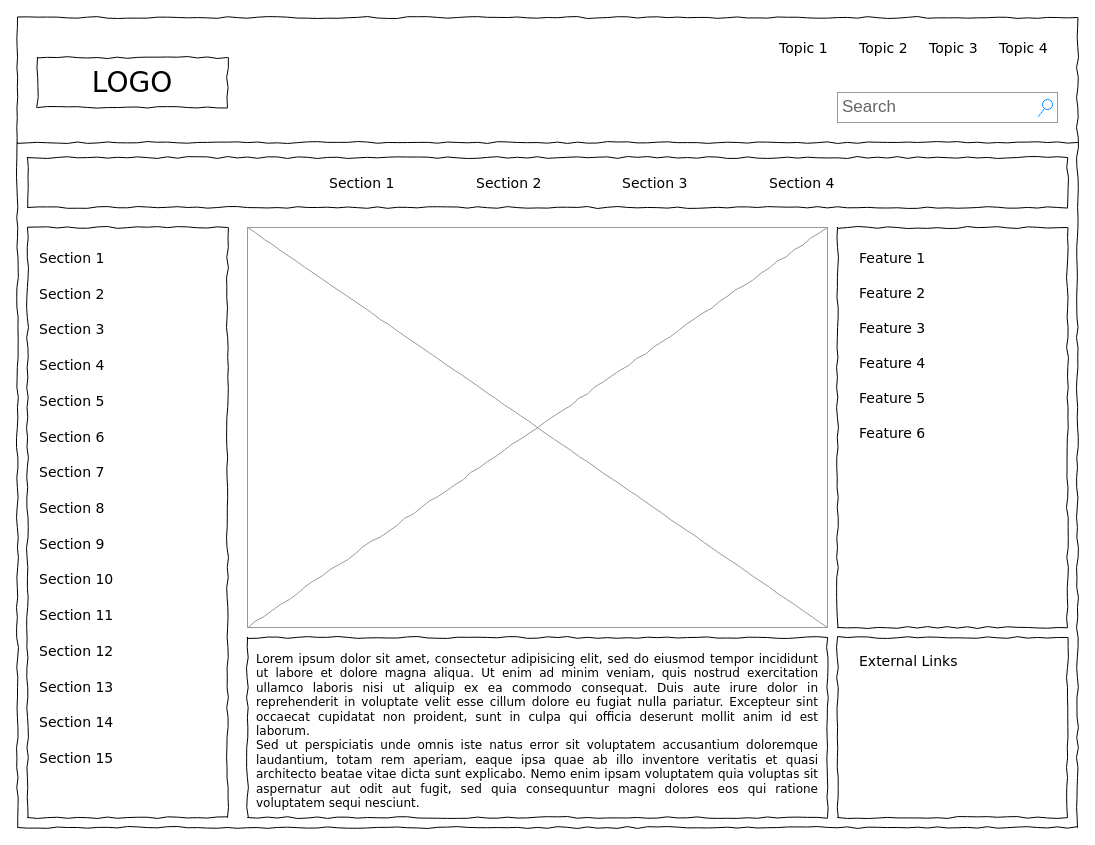
Earlier version of the draw.io diagram page "Page-1" (1 of 3) of wireframes/Untitled Diagram.drawio (SolarianVulpine/FinalProject). Source tidied: cells renumbered, new cells numbered last; positions are measured from the earlier drawing's top-left corner, leaving out a move shared by most shapes. Both pictures are drawn from the tidied source at 100%, with x=0, y=0 at pixel (17, 17).
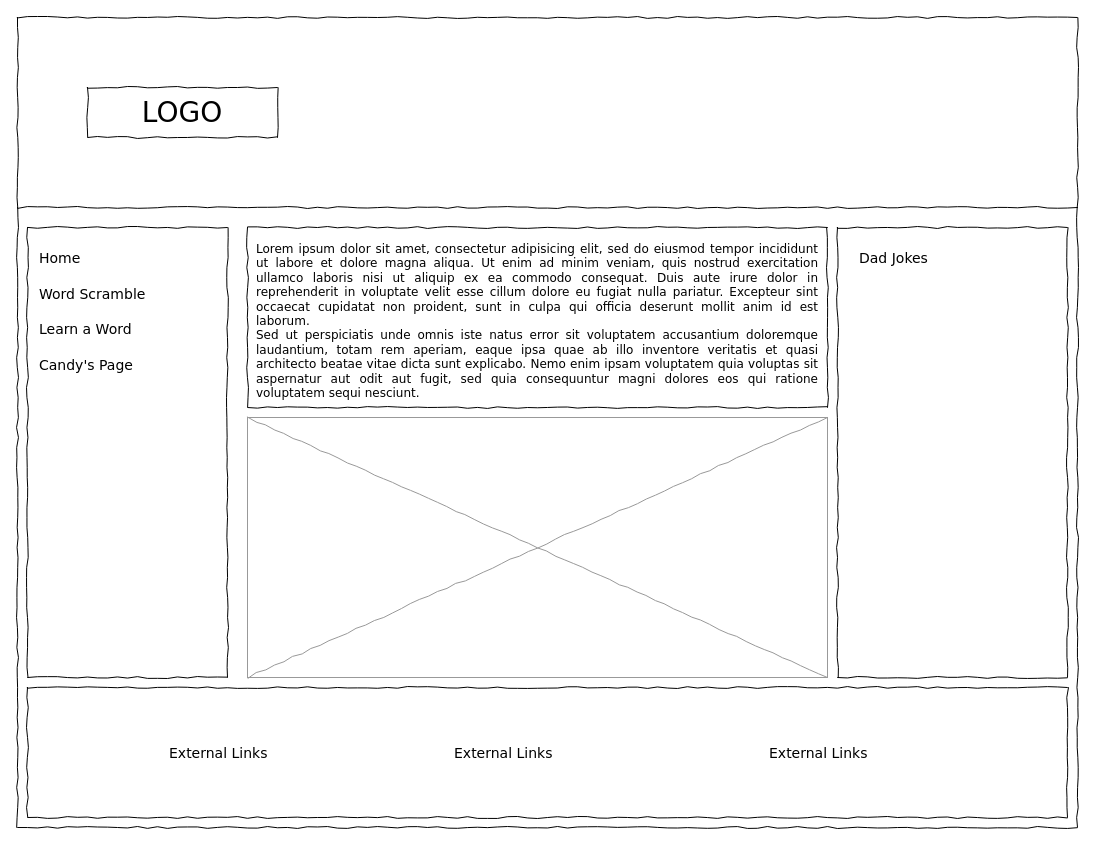
The same page after the edit.

Diff of the diagram source:
```diff
@@
     <mxCell id="3" value="LOGO" style="whiteSpace=wrap;html=1;rounded=0;shadow=0;labelBackgroundColor=none;strokeWidth=1;fontFamily=Verdana;fontSize=28;align=center;comic=1;" parent="1" vertex="1">
-      <mxGeometry x="20" y="40" width="190" height="50" as="geometry" />
+      <mxGeometry x="70" y="70" width="190" height="50" as="geometry" />
     </mxCell>
-    <mxCell id="4" value="Search" style="strokeWidth=1;shadow=0;dashed=0;align=center;html=1;shape=mxgraph.mockup.forms.searchBox;strokeColor=#999999;mainText=;strokeColor2=#008cff;fontColor=#666666;fontSize=17;align=left;spacingLeft=3;rounded=0;labelBackgroundColor=none;comic=1;" parent="1" vertex="1">
-      <mxGeometry x="820" y="75" width="220" height="30" as="geometry" />
-    </mxCell>
-    <mxCell id="5" value="Topic 1" style="text;html=1;align=left;verticalAlign=top;spacingTop=-4;fontSize=14;fontFamily=Verdana;" parent="1" vertex="1">
-      <mxGeometry x="760" y="20" width="60" height="20" as="geometry" />
-    </mxCell>
-    <mxCell id="6" value="Topic 2" style="text;html=1;align=left;verticalAlign=top;spacingTop=-4;fontSize=14;fontFamily=Verdana;" parent="1" vertex="1">
-      <mxGeometry x="840" y="20" width="60" height="20" as="geometry" />
-    </mxCell>
-    <mxCell id="7" value="Topic 3" style="text;html=1;align=left;verticalAlign=top;spacingTop=-4;fontSize=14;fontFamily=Verdana;" parent="1" vertex="1">
-      <mxGeometry x="910" y="20" width="60" height="20" as="geometry" />
-    </mxCell>
-    <mxCell id="8" value="Topic 4" style="text;html=1;align=left;verticalAlign=top;spacingTop=-4;fontSize=14;fontFamily=Verdana;" parent="1" vertex="1">
-      <mxGeometry x="980" y="20" width="60" height="20" as="geometry" />
-    </mxCell>
     <mxCell id="9" style="whiteSpace=wrap;html=1;rounded=0;shadow=0;labelBackgroundColor=none;strokeWidth=1;fillColor=none;fontFamily=Verdana;fontSize=12;align=center;comic=1;" parent="1" vertex="1">
-      <mxGeometry x="10" y="210" width="200" height="590" as="geometry" />
+      <mxGeometry x="10" y="210" width="200" height="450" as="geometry" />
     </mxCell>
     <mxCell id="10" style="line;strokeWidth=1;html=1;rounded=0;shadow=0;labelBackgroundColor=none;fillColor=none;fontFamily=Verdana;fontSize=14;fontColor=#000000;align=center;comic=1;" parent="1" vertex="1">
-      <mxGeometry y="120" width="1060" height="10" as="geometry" />
+      <mxGeometry y="120" width="1060" height="140" as="geometry" />
     </mxCell>
-    <mxCell id="11" style="whiteSpace=wrap;html=1;rounded=0;shadow=0;labelBackgroundColor=none;strokeWidth=1;fillColor=none;fontFamily=Verdana;fontSize=12;align=center;comic=1;" parent="1" vertex="1">
-      <mxGeometry x="10" y="140" width="1040" height="50" as="geometry" />
-    </mxCell>
-    <mxCell id="12" value="Section 1" style="text;html=1;align=left;verticalAlign=top;spacingTop=-4;fontSize=14;fontFamily=Verdana;" parent="1" vertex="1">
-      <mxGeometry x="310" y="155" width="60" height="20" as="geometry" />
-    </mxCell>
-    <mxCell id="13" value="Section 2" style="text;html=1;align=left;verticalAlign=top;spacingTop=-4;fontSize=14;fontFamily=Verdana;" parent="1" vertex="1">
-      <mxGeometry x="457" y="155" width="60" height="20" as="geometry" />
-    </mxCell>
-    <mxCell id="14" value="Section 3" style="text;html=1;align=left;verticalAlign=top;spacingTop=-4;fontSize=14;fontFamily=Verdana;" parent="1" vertex="1">
-      <mxGeometry x="603" y="155" width="60" height="20" as="geometry" />
-    </mxCell>
-    <mxCell id="15" value="Section 4" style="text;html=1;align=left;verticalAlign=top;spacingTop=-4;fontSize=14;fontFamily=Verdana;" parent="1" vertex="1">
-      <mxGeometry x="750" y="155" width="60" height="20" as="geometry" />
-    </mxCell>
     <mxCell id="16" value="&lt;div style=&quot;text-align: justify&quot;&gt;&lt;span&gt;Lorem ipsum dolor sit amet, consectetur adipisicing elit, sed do eiusmod tempor incididunt ut labore et dolore magna aliqua. Ut enim ad minim veniam, quis nostrud exercitation ullamco laboris nisi ut aliquip ex ea commodo consequat. Duis aute irure dolor in reprehenderit in voluptate velit esse cillum dolore eu fugiat nulla pariatur. Excepteur sint occaecat cupidatat non proident, sunt in culpa qui officia deserunt mollit anim id est laborum.&lt;/span&gt;&lt;/div&gt;&lt;div style=&quot;text-align: justify&quot;&gt;&lt;span&gt;Sed ut perspiciatis unde omnis iste natus error sit voluptatem accusantium doloremque laudantium, totam rem aperiam, eaque ipsa quae ab illo inventore veritatis et quasi architecto beatae vitae dicta sunt explicabo. Nemo enim ipsam voluptatem quia voluptas sit aspernatur aut odit aut fugit, sed quia consequuntur magni dolores eos qui ratione voluptatem sequi nesciunt.&amp;nbsp;&lt;/span&gt;&lt;/div&gt;" style="whiteSpace=wrap;html=1;rounded=0;shadow=0;labelBackgroundColor=none;strokeWidth=1;fillColor=none;fontFamily=Verdana;fontSize=12;align=center;verticalAlign=top;spacing=10;comic=1;" parent="1" vertex="1">
-      <mxGeometry x="230" y="620" width="580" height="180" as="geometry" />
+      <mxGeometry x="230" y="210" width="580" height="180" as="geometry" />
     </mxCell>
     <mxCell id="17" style="verticalLabelPosition=bottom;shadow=0;dashed=0;align=center;html=1;verticalAlign=top;strokeWidth=1;shape=mxgraph.mockup.graphics.simpleIcon;strokeColor=#999999;rounded=0;labelBackgroundColor=none;fontFamily=Verdana;fontSize=14;fontColor=#000000;comic=1;" parent="1" vertex="1">
-      <mxGeometry x="230" y="210" width="580" height="400" as="geometry" />
+      <mxGeometry x="230" y="400" width="580" height="260" as="geometry" />
     </mxCell>
     <mxCell id="18" style="whiteSpace=wrap;html=1;rounded=0;shadow=0;labelBackgroundColor=none;strokeWidth=1;fillColor=none;fontFamily=Verdana;fontSize=12;align=center;comic=1;" parent="1" vertex="1">
-      <mxGeometry x="820" y="210" width="230" height="400" as="geometry" />
+      <mxGeometry x="820" y="210" width="230" height="450" as="geometry" />
     </mxCell>
     <mxCell id="19" style="whiteSpace=wrap;html=1;rounded=0;shadow=0;labelBackgroundColor=none;strokeWidth=1;fillColor=none;fontFamily=Verdana;fontSize=12;align=center;comic=1;" parent="1" vertex="1">
-      <mxGeometry x="820" y="620" width="230" height="180" as="geometry" />
+      <mxGeometry x="10" y="670" width="1040" height="130" as="geometry" />
     </mxCell>
-    <mxCell id="20" value="Section 1" style="text;html=1;align=left;verticalAlign=top;spacingTop=-4;fontSize=14;fontFamily=Verdana;" parent="1" vertex="1">
+    <mxCell id="20" value="Home&lt;span style=&quot;white-space: pre;&quot;&gt;&#9;&lt;/span&gt;" style="text;html=1;align=left;verticalAlign=top;spacingTop=-4;fontSize=14;fontFamily=Verdana;" parent="1" vertex="1">
       <mxGeometry x="20" y="230" width="170" height="20" as="geometry" />
     </mxCell>
-    <mxCell id="21" value="Section 2" style="text;html=1;align=left;verticalAlign=top;spacingTop=-4;fontSize=14;fontFamily=Verdana;" parent="1" vertex="1">
+    <mxCell id="21" value="Word Scramble" style="text;html=1;align=left;verticalAlign=top;spacingTop=-4;fontSize=14;fontFamily=Verdana;" parent="1" vertex="1">
       <mxGeometry x="20" y="266" width="170" height="20" as="geometry" />
     </mxCell>
-    <mxCell id="22" value="Section 3" style="text;html=1;align=left;verticalAlign=top;spacingTop=-4;fontSize=14;fontFamily=Verdana;" parent="1" vertex="1">
+    <mxCell id="22" value="Learn a Word" style="text;html=1;align=left;verticalAlign=top;spacingTop=-4;fontSize=14;fontFamily=Verdana;" parent="1" vertex="1">
       <mxGeometry x="20" y="301" width="170" height="20" as="geometry" />
     </mxCell>
-    <mxCell id="23" value="Section 4" style="text;html=1;align=left;verticalAlign=top;spacingTop=-4;fontSize=14;fontFamily=Verdana;" parent="1" vertex="1">
+    <mxCell id="23" value="Candy's Page" style="text;html=1;align=left;verticalAlign=top;spacingTop=-4;fontSize=14;fontFamily=Verdana;" parent="1" vertex="1">
       <mxGeometry x="20" y="337" width="170" height="20" as="geometry" />
     </mxCell>
-    <mxCell id="24" value="Section 7" style="text;html=1;align=left;verticalAlign=top;spacingTop=-4;fontSize=14;fontFamily=Verdana;" parent="1" vertex="1">
-      <mxGeometry x="20" y="444" width="170" height="20" as="geometry" />
-    </mxCell>
-    <mxCell id="25" value="Section 8" style="text;html=1;align=left;verticalAlign=top;spacingTop=-4;fontSize=14;fontFamily=Verdana;" parent="1" vertex="1">
-      <mxGeometry x="20" y="480" width="170" height="20" as="geometry" />
-    </mxCell>
-    <mxCell id="26" value="Section 9" style="text;html=1;align=left;verticalAlign=top;spacingTop=-4;fontSize=14;fontFamily=Verdana;" parent="1" vertex="1">
-      <mxGeometry x="20" y="516" width="170" height="20" as="geometry" />
-    </mxCell>
-    <mxCell id="27" value="Section 10" style="text;html=1;align=left;verticalAlign=top;spacingTop=-4;fontSize=14;fontFamily=Verdana;" parent="1" vertex="1">
-      <mxGeometry x="20" y="551" width="170" height="20" as="geometry" />
-    </mxCell>
-    <mxCell id="28" value="Section 11" style="text;html=1;align=left;verticalAlign=top;spacingTop=-4;fontSize=14;fontFamily=Verdana;" parent="1" vertex="1">
-      <mxGeometry x="20" y="587" width="170" height="20" as="geometry" />
-    </mxCell>
-    <mxCell id="29" value="Section 12" style="text;html=1;align=left;verticalAlign=top;spacingTop=-4;fontSize=14;fontFamily=Verdana;" parent="1" vertex="1">
-      <mxGeometry x="20" y="623" width="170" height="20" as="geometry" />
-    </mxCell>
-    <mxCell id="30" value="Section 13" style="text;html=1;align=left;verticalAlign=top;spacingTop=-4;fontSize=14;fontFamily=Verdana;" parent="1" vertex="1">
-      <mxGeometry x="20" y="659" width="170" height="20" as="geometry" />
-    </mxCell>
-    <mxCell id="31" value="Section 14" style="text;html=1;align=left;verticalAlign=top;spacingTop=-4;fontSize=14;fontFamily=Verdana;" parent="1" vertex="1">
-      <mxGeometry x="20" y="694" width="170" height="20" as="geometry" />
-    </mxCell>
-    <mxCell id="32" value="Section 5" style="text;html=1;align=left;verticalAlign=top;spacingTop=-4;fontSize=14;fontFamily=Verdana;" parent="1" vertex="1">
-      <mxGeometry x="20" y="373" width="170" height="20" as="geometry" />
-    </mxCell>
-    <mxCell id="33" value="Section 6" style="text;html=1;align=left;verticalAlign=top;spacingTop=-4;fontSize=14;fontFamily=Verdana;" parent="1" vertex="1">
-      <mxGeometry x="20" y="409" width="170" height="20" as="geometry" />
-    </mxCell>
-    <mxCell id="34" value="Section 15" style="text;html=1;align=left;verticalAlign=top;spacingTop=-4;fontSize=14;fontFamily=Verdana;" parent="1" vertex="1">
-      <mxGeometry x="20" y="730" width="170" height="20" as="geometry" />
-    </mxCell>
     <mxCell id="35" value="External Links" style="text;html=1;align=left;verticalAlign=top;spacingTop=-4;fontSize=14;fontFamily=Verdana;" parent="1" vertex="1">
-      <mxGeometry x="840" y="633" width="170" height="20" as="geometry" />
+      <mxGeometry x="150" y="725" width="170" height="20" as="geometry" />
     </mxCell>
-    <mxCell id="36" value="Feature 1" style="text;html=1;align=left;verticalAlign=top;spacingTop=-4;fontSize=14;fontFamily=Verdana;" parent="1" vertex="1">
+    <mxCell id="36" value="Dad Jokes" style="text;html=1;align=left;verticalAlign=top;spacingTop=-4;fontSize=14;fontFamily=Verdana;" parent="1" vertex="1">
       <mxGeometry x="840" y="230" width="170" height="20" as="geometry" />
     </mxCell>
-    <mxCell id="37" value="Feature 2" style="text;html=1;align=left;verticalAlign=top;spacingTop=-4;fontSize=14;fontFamily=Verdana;" parent="1" vertex="1">
-      <mxGeometry x="840" y="265" width="170" height="20" as="geometry" />
-    </mxCell>
-    <mxCell id="38" value="Feature 3" style="text;html=1;align=left;verticalAlign=top;spacingTop=-4;fontSize=14;fontFamily=Verdana;" parent="1" vertex="1">
-      <mxGeometry x="840" y="300" width="170" height="20" as="geometry" />
-    </mxCell>
-    <mxCell id="39" value="Feature 4" style="text;html=1;align=left;verticalAlign=top;spacingTop=-4;fontSize=14;fontFamily=Verdana;" parent="1" vertex="1">
-      <mxGeometry x="840" y="335" width="170" height="20" as="geometry" />
-    </mxCell>
-    <mxCell id="40" value="Feature 5" style="text;html=1;align=left;verticalAlign=top;spacingTop=-4;fontSize=14;fontFamily=Verdana;" parent="1" vertex="1">
-      <mxGeometry x="840" y="370" width="170" height="20" as="geometry" />
-    </mxCell>
-    <mxCell id="41" value="Feature 6" style="text;html=1;align=left;verticalAlign=top;spacingTop=-4;fontSize=14;fontFamily=Verdana;" parent="1" vertex="1">
-      <mxGeometry x="840" y="405" width="170" height="20" as="geometry" />
-    </mxCell>
+    <mxCell id="42" value="External Links" style="text;html=1;align=left;verticalAlign=top;spacingTop=-4;fontSize=14;fontFamily=Verdana;" parent="1" vertex="1">
+      <mxGeometry x="435" y="725" width="170" height="20" as="geometry" />
+    </mxCell>
+    <mxCell id="43" value="External Links" style="text;html=1;align=left;verticalAlign=top;spacingTop=-4;fontSize=14;fontFamily=Verdana;" parent="1" vertex="1">
+      <mxGeometry x="750" y="725" width="170" height="20" as="geometry" />
+    </mxCell>
```
